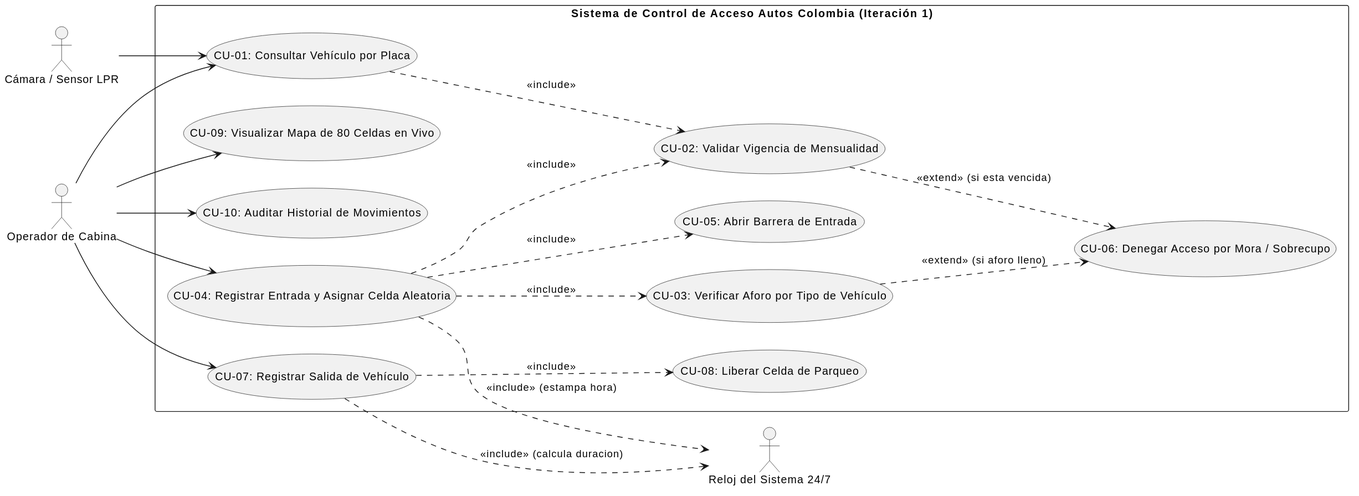
Above: docs/diagramas/2_diagrama_casos_de_uso.svg in Camilo-Alberto-Palacio/autos-colombia-parqueadero (PlantUML), before the change.
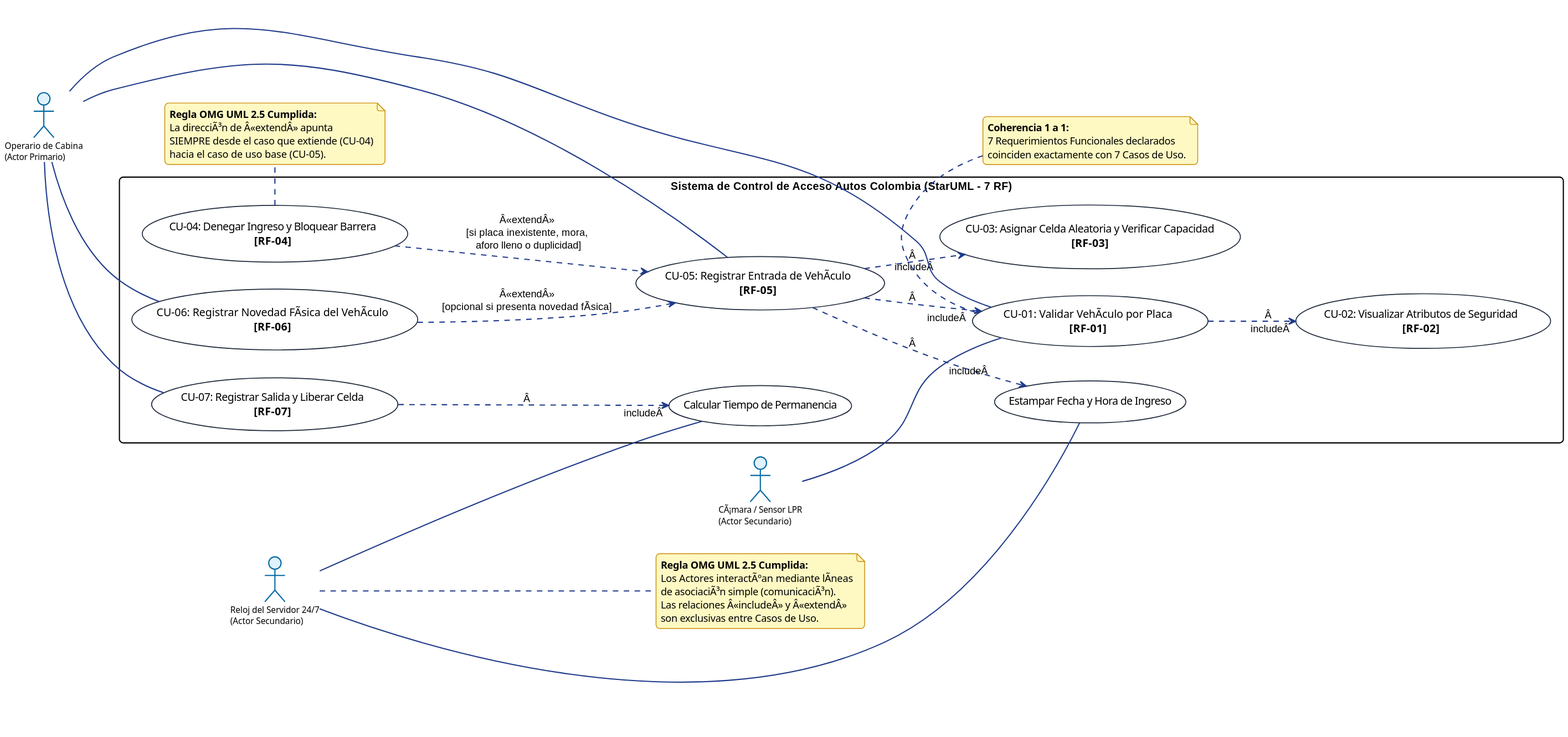
Above is the later version.

Diff of the diagram source:
```diff
@@ -1,39 +1,91 @@
-@startuml
-left to right direction
+@startuml Diagrama_Casos_de_Uso_7RF_StarUML
+skinparam style strictuml
 skinparam packageStyle rectangle
+skinparam shadowing false
+skinparam roundcorner 10
+skinparam ArrowColor #1e3a8a
+skinparam ArrowThickness 1.5
 
-actor "Operador de Cabina" as Operador
-actor "Cámara / Sensor LPR" as LPR
-actor "Reloj del Sistema 24/7" as Reloj
-
-rectangle "Sistema de Control de Acceso Autos Colombia (Iteración 1)" {
-    usecase "CU-01: Consultar Vehículo por Placa" as CU01
-    usecase "CU-02: Validar Vigencia de Mensualidad" as CU02
-    usecase "CU-03: Verificar Aforo por Tipo de Vehículo" as CU03
-    usecase "CU-04: Registrar Entrada y Asignar Celda Aleatoria" as CU04
-    usecase "CU-05: Abrir Barrera de Entrada" as CU05
-    usecase "CU-06: Denegar Acceso por Mora / Sobrecupo" as CU06
-    usecase "CU-07: Registrar Salida de Vehículo" as CU07
-    usecase "CU-08: Liberar Celda de Parqueo" as CU08
-    usecase "CU-09: Visualizar Mapa de 80 Celdas en Vivo" as CU09
-    usecase "CU-10: Auditar Historial de Movimientos" as CU10
+skinparam actor {
+    BackgroundColor #e0f2fe
+    BorderColor #0369a1
+    FontName "Segoe UI"
+    FontSize 11
 }
 
-Operador --> CU01
-LPR --> CU01
-Operador --> CU04
-Operador --> CU07
-Operador --> CU09
-Operador --> CU10
+skinparam usecase {
+    BackgroundColor #ffffff
+    BorderColor #1e293b
+    FontName "Segoe UI"
+    FontSize 10.5
+    BorderThickness 1.2
+}
 
-CU01 ..> CU02 : <<include>>
-CU04 ..> CU02 : <<include>>
-CU04 ..> CU03 : <<include>>
-CU04 ..> CU05 : <<include>>
-CU02 ..> CU06 : <<extend>> (si esta vencida)
-CU03 ..> CU06 : <<extend>> (si aforo lleno)
+skinparam note {
+    BackgroundColor #fef9c3
+    BorderColor #ca8a04
+    FontName "Segoe UI"
+    FontSize 9.5
+}
 
-CU07 ..> CU08 : <<include>>
-CU04 ..> Reloj : <<include>> (estampa hora)
-CU07 ..> Reloj : <<include>> (calcula duracion)
+left to right direction
+
+actor "Operario de Cabina\n(Actor Primario)" as Operario
+actor "CÃ¡mara / Sensor LPR\n(Actor Secundario)" as LPR
+actor "Reloj del Servidor 24/7\n(Actor Secundario)" as Reloj
+
+rectangle "Sistema de Control de Acceso Autos Colombia (StarUML - 7 RF)" as Sistema {
+
+    usecase "CU-01: Validar VehÃ­culo por Placa\n<b>[RF-01]</b>" as CU01
+    usecase "CU-02: Visualizar Atributos de Seguridad\n<b>[RF-02]</b>" as CU02
+    usecase "CU-03: Asignar Celda Aleatoria y Verificar Capacidad\n<b>[RF-03]</b>" as CU03
+    usecase "CU-04: Denegar Ingreso y Bloquear Barrera\n<b>[RF-04]</b>" as CU04
+    usecase "CU-05: Registrar Entrada de VehÃ­culo\n<b>[RF-05]</b>" as CU05
+    usecase "CU-06: Registrar Novedad FÃ­sica del VehÃ­culo\n<b>[RF-06]</b>" as CU06
+    usecase "CU-07: Registrar Salida y Liberar Celda\n<b>[RF-07]</b>" as CU07
+
+    usecase "Estampar Fecha y Hora de Ingreso" as Sub_Timestamp
+    usecase "Calcular Tiempo de Permanencia" as Sub_Permanencia
+
+    CU05 ..> CU01 : Â«includeÂ»
+    CU05 ..> CU03 : Â«includeÂ»
+    CU05 ..> Sub_Timestamp : Â«includeÂ»
+    CU01 ..> CU02 : Â«includeÂ»
+    CU07 ..> Sub_Permanencia : Â«includeÂ»
+
+    CU04 ..> CU05 : Â«extendÂ»\n[si placa inexistente, mora,\n aforo lleno o duplicidad]
+    CU06 ..> CU05 : Â«extendÂ»\n[opcional si presenta novedad fÃ­sica]
+}
+
+Operario -- CU01
+Operario -- CU05
+Operario -- CU06
+Operario -- CU07
+
+LPR -- CU01
+
+Reloj -- Sub_Timestamp
+Reloj -- Sub_Permanencia
+
+note right of Reloj
+  <b>Regla OMG UML 2.5 Cumplida:</b>
+  Los Actores interactÃºan mediante lÃ­neas
+  de asociaciÃ³n simple (comunicaciÃ³n).
+  Las relaciones Â«includeÂ» y Â«extendÂ»
+  son exclusivas entre Casos de Uso.
+end note
+
+note bottom of CU04
+  <b>Regla OMG UML 2.5 Cumplida:</b>
+  La direcciÃ³n de Â«extendÂ» apunta
+  SIEMPRE desde el caso que extiende (CU-04)
+  hacia el caso de uso base (CU-05).
+end note
+
+note top of CU01
+  <b>Coherencia 1 a 1:</b>
+  7 Requerimientos Funcionales declarados
+  coinciden exactamente con 7 Casos de Uso.
+end note
+
 @enduml
```
